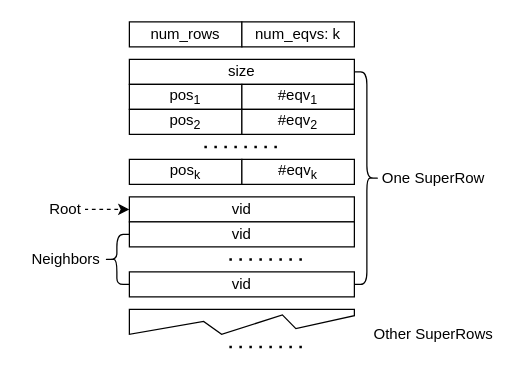
Above: img/compress.drawio in E-Neo/opgm-paper (draw.io), before the change. Source tidied: cells renumbered, new cells numbered last; positions are measured from the earlier drawing's top-left corner, leaving out a move shared by most shapes. Both pictures are drawn from the tidied source at 125%, with x=0, y=0 at pixel (21, 21).
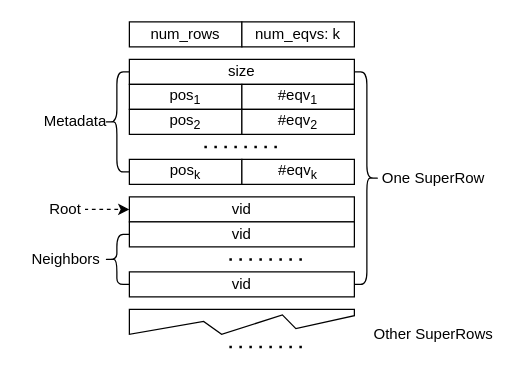
Above is the later version.

The edit, as a diff of the source:
```diff
@@
+    <mxCell id="25" style="shape=curlyBracket;whiteSpace=wrap;html=1;rounded=1;" parent="1" vertex="1">
+      <mxGeometry x="66" y="40" width="20" height="80" as="geometry" />
+    </mxCell>
+    <mxCell id="26" value="Metadata" style="rounded=0;whiteSpace=wrap;html=1;strokeColor=#FFFFFF;" parent="1" vertex="1">
+      <mxGeometry x="28" y="70" width="30" height="20" as="geometry" />
+    </mxCell>
```
